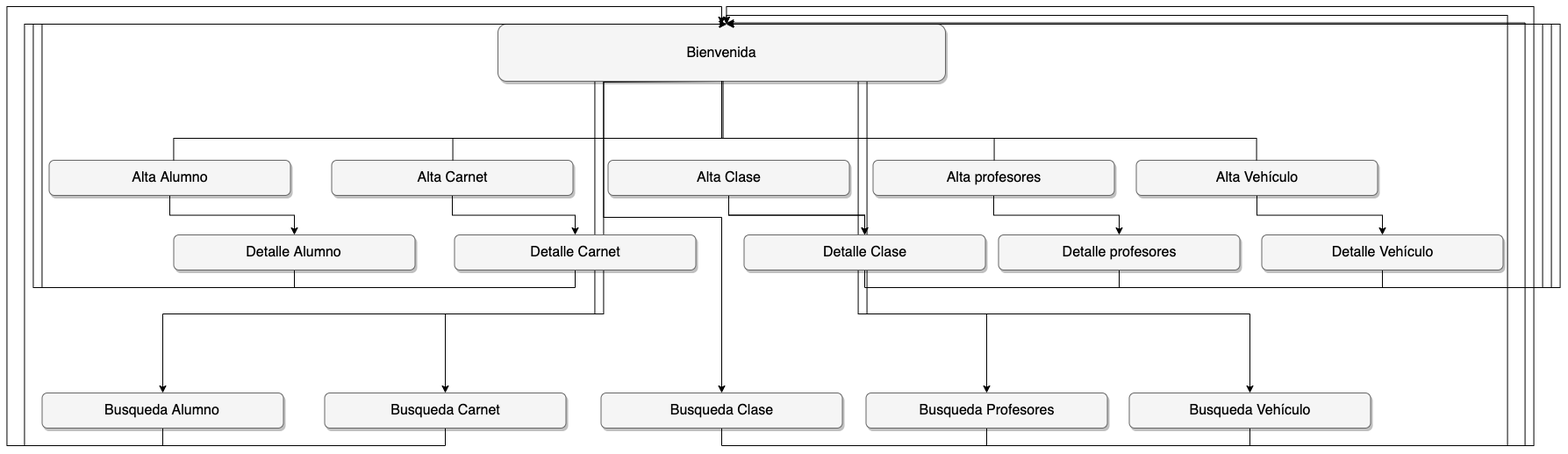
This is img/diag_nav_autoescuela.png from Apenaj/Autoescuelas-Alpine, a draw.io export, as it was before one commit. Source tidied: cells renumbered, new cells last; positions are measured from the earlier drawing's top-left corner, leaving out a move shared by most shapes. Source of this version:
```xml
<mxGraphModel>
  <root>
    <mxCell id="0" style="html=1;" />
    <mxCell id="1" style="html=1;" parent="0" />
    <mxCell id="2" style="edgeStyle=orthogonalEdgeStyle;rounded=0;jettySize=auto;html=1;exitX=0.5;exitY=1;exitDx=0;exitDy=0;entryX=0.5;entryY=0;entryDx=0;entryDy=0;" parent="1" edge="1" source="7" target="34">
      <mxGeometry relative="1" as="geometry">
        <Array as="points">
          <mxPoint x="670" y="85" />
          <mxPoint x="670" y="350" />
          <mxPoint x="500" y="350" />
        </Array>
      </mxGeometry>
    </mxCell>
    <mxCell id="3" style="edgeStyle=orthogonalEdgeStyle;rounded=0;jettySize=auto;html=1;exitX=0.5;exitY=1;exitDx=0;exitDy=0;entryX=0.5;entryY=0;entryDx=0;entryDy=0;" parent="1" edge="1" source="7" target="36">
      <mxGeometry relative="1" as="geometry">
        <Array as="points">
          <mxPoint x="680" y="86" />
          <mxPoint x="680" y="240" />
          <mxPoint x="815" y="240" />
        </Array>
      </mxGeometry>
    </mxCell>
    <mxCell id="4" style="edgeStyle=orthogonalEdgeStyle;rounded=0;jettySize=auto;html=1;exitX=0.5;exitY=1;exitDx=0;exitDy=0;entryX=0.5;entryY=0;entryDx=0;entryDy=0;" parent="1" edge="1" source="7" target="40">
      <mxGeometry relative="1" as="geometry">
        <Array as="points">
          <mxPoint x="980" y="85" />
          <mxPoint x="980" y="350" />
          <mxPoint x="1117" y="350" />
        </Array>
      </mxGeometry>
    </mxCell>
    <mxCell id="5" style="edgeStyle=orthogonalEdgeStyle;rounded=0;jettySize=auto;html=1;exitX=0.5;exitY=1;exitDx=0;exitDy=0;entryX=0.5;entryY=0;entryDx=0;entryDy=0;" parent="1" edge="1" source="7" target="42">
      <mxGeometry relative="1" as="geometry">
        <Array as="points">
          <mxPoint x="970" y="85" />
          <mxPoint x="970" y="350" />
          <mxPoint x="1417" y="350" />
        </Array>
      </mxGeometry>
    </mxCell>
    <mxCell id="6" style="edgeStyle=orthogonalEdgeStyle;rounded=0;jettySize=auto;html=1;exitX=0.5;exitY=1;exitDx=0;exitDy=0;entryX=0.5;entryY=0;entryDx=0;entryDy=0;" parent="1" edge="1" source="7" target="38">
      <mxGeometry relative="1" as="geometry">
        <Array as="points">
          <mxPoint x="680" y="85" />
          <mxPoint x="680" y="350" />
          <mxPoint x="177" y="350" />
        </Array>
      </mxGeometry>
    </mxCell>
    <mxCell id="7" value="Bienvenida" style="whiteSpace=wrap;html=1;rounded=1;shadow=1;strokeWidth=1;fontSize=16;align=center;fillColor=#f5f5f5;strokeColor=#666666;" parent="1" vertex="1">
      <mxGeometry x="559.5" y="20" width="510" height="65" as="geometry" />
    </mxCell>
    <mxCell id="8" style="edgeStyle=orthogonalEdgeStyle;rounded=0;jettySize=auto;html=1;" parent="1" edge="1" source="9" target="24">
      <mxGeometry relative="1" as="geometry" />
    </mxCell>
    <mxCell id="9" value="Alta Carnet" style="whiteSpace=wrap;html=1;rounded=1;shadow=1;strokeWidth=1;fontSize=16;align=center;fillColor=#f5f5f5;strokeColor=#666666;" parent="1" vertex="1">
      <mxGeometry x="370" y="175" width="275" height="40" as="geometry" />
    </mxCell>
    <mxCell id="10" style="edgeStyle=orthogonalEdgeStyle;rounded=0;jettySize=auto;html=1;" parent="1" edge="1" source="12" target="26">
      <mxGeometry relative="1" as="geometry" />
    </mxCell>
    <mxCell id="11" style="edgeStyle=orthogonalEdgeStyle;rounded=0;jettySize=auto;html=1;" parent="1" edge="1" source="12" target="26">
      <mxGeometry relative="1" as="geometry" />
    </mxCell>
    <mxCell id="12" value="Alta Clase" style="whiteSpace=wrap;html=1;rounded=1;shadow=1;strokeWidth=1;fontSize=16;align=center;fillColor=#f5f5f5;strokeColor=#666666;" parent="1" vertex="1">
      <mxGeometry x="685" y="175" width="275" height="40" as="geometry" />
    </mxCell>
    <mxCell id="13" style="edgeStyle=orthogonalEdgeStyle;rounded=0;jettySize=auto;html=1;" parent="1" edge="1" source="14" target="28">
      <mxGeometry relative="1" as="geometry" />
    </mxCell>
    <mxCell id="14" value="Alta Alumno" style="whiteSpace=wrap;html=1;rounded=1;shadow=1;strokeWidth=1;fontSize=16;align=center;fillColor=#f5f5f5;strokeColor=#666666;" parent="1" vertex="1">
      <mxGeometry x="48" y="175" width="275" height="40" as="geometry" />
    </mxCell>
    <mxCell id="15" style="edgeStyle=orthogonalEdgeStyle;rounded=0;jettySize=auto;html=1;" parent="1" edge="1" source="16" target="30">
      <mxGeometry relative="1" as="geometry" />
    </mxCell>
    <mxCell id="16" value="Alta profesores" style="whiteSpace=wrap;html=1;rounded=1;shadow=1;strokeWidth=1;fontSize=16;align=center;fillColor=#f5f5f5;strokeColor=#666666;" parent="1" vertex="1">
      <mxGeometry x="987" y="175" width="275" height="40" as="geometry" />
    </mxCell>
    <mxCell id="17" style="edgeStyle=orthogonalEdgeStyle;rounded=0;jettySize=auto;html=1;" parent="1" edge="1" source="18" target="32">
      <mxGeometry relative="1" as="geometry" />
    </mxCell>
    <mxCell id="18" value="Alta Vehículo" style="whiteSpace=wrap;html=1;rounded=1;shadow=1;strokeWidth=1;fontSize=16;align=center;fillColor=#f5f5f5;strokeColor=#666666;" parent="1" vertex="1">
      <mxGeometry x="1287" y="175" width="275" height="40" as="geometry" />
    </mxCell>
    <mxCell id="19" style="edgeStyle=orthogonalEdgeStyle;html=1;startSize=6;endFill=0;endSize=6;strokeWidth=1;fontSize=16;rounded=0;endArrow=none;" parent="1" edge="1" source="7" target="9">
      <mxGeometry relative="1" as="geometry">
        <Array as="points">
          <mxPoint x="816" y="150" />
          <mxPoint x="508" y="150" />
        </Array>
      </mxGeometry>
    </mxCell>
    <mxCell id="20" style="edgeStyle=orthogonalEdgeStyle;html=1;startSize=6;endFill=0;endSize=6;strokeWidth=1;fontSize=16;rounded=0;endArrow=none;exitX=0.5;exitY=1;" parent="1" edge="1" source="7" target="14">
      <mxGeometry relative="1" as="geometry">
        <Array as="points">
          <mxPoint x="815" y="150" />
          <mxPoint x="190" y="150" />
        </Array>
      </mxGeometry>
    </mxCell>
    <mxCell id="21" style="edgeStyle=orthogonalEdgeStyle;html=1;startSize=6;endFill=0;endSize=6;strokeWidth=1;fontSize=16;rounded=0;endArrow=none;" parent="1" edge="1" source="7" target="16">
      <mxGeometry relative="1" as="geometry">
        <Array as="points">
          <mxPoint x="815" y="150" />
          <mxPoint x="1125" y="150" />
        </Array>
      </mxGeometry>
    </mxCell>
    <mxCell id="22" style="edgeStyle=orthogonalEdgeStyle;html=1;startSize=6;endFill=0;endSize=6;strokeWidth=1;fontSize=16;rounded=0;endArrow=none;" parent="1" edge="1" source="7" target="18">
      <mxGeometry relative="1" as="geometry">
        <Array as="points">
          <mxPoint x="815" y="150" />
          <mxPoint x="1424" y="150" />
        </Array>
      </mxGeometry>
    </mxCell>
    <mxCell id="23" style="edgeStyle=orthogonalEdgeStyle;rounded=0;jettySize=auto;html=1;exitX=0.5;exitY=1;exitDx=0;exitDy=0;" parent="1" edge="1" source="24">
      <mxGeometry relative="1" as="geometry">
        <mxPoint x="820" y="20" as="targetPoint" />
        <Array as="points">
          <mxPoint x="648" y="320" />
          <mxPoint x="30" y="320" />
          <mxPoint x="30" y="20" />
        </Array>
      </mxGeometry>
    </mxCell>
    <mxCell id="24" value="Detalle&amp;nbsp;Carnet" style="whiteSpace=wrap;html=1;rounded=1;shadow=1;strokeWidth=1;fontSize=16;align=center;fillColor=#f5f5f5;strokeColor=#666666;" parent="1" vertex="1">
      <mxGeometry x="510" y="260" width="275" height="40" as="geometry" />
    </mxCell>
    <mxCell id="25" style="edgeStyle=orthogonalEdgeStyle;rounded=0;jettySize=auto;html=1;exitX=0.5;exitY=1;exitDx=0;exitDy=0;" parent="1" edge="1" source="26">
      <mxGeometry relative="1" as="geometry">
        <mxPoint x="820" y="20" as="targetPoint" />
        <Array as="points">
          <mxPoint x="978" y="320" />
          <mxPoint x="1770" y="320" />
          <mxPoint x="1770" y="20" />
        </Array>
      </mxGeometry>
    </mxCell>
    <mxCell id="26" value="Detalle&amp;nbsp;Clase" style="whiteSpace=wrap;html=1;rounded=1;shadow=1;strokeWidth=1;fontSize=16;align=center;fillColor=#f5f5f5;strokeColor=#666666;" parent="1" vertex="1">
      <mxGeometry x="840" y="260" width="275" height="40" as="geometry" />
    </mxCell>
    <mxCell id="27" style="edgeStyle=orthogonalEdgeStyle;rounded=0;jettySize=auto;html=1;exitX=0.5;exitY=1;exitDx=0;exitDy=0;" parent="1" edge="1" source="28">
      <mxGeometry relative="1" as="geometry">
        <mxPoint x="820" y="20" as="targetPoint" />
        <Array as="points">
          <mxPoint x="328" y="320" />
          <mxPoint x="40" y="320" />
          <mxPoint x="40" y="20" />
        </Array>
      </mxGeometry>
    </mxCell>
    <mxCell id="28" value="Detalle Alumno" style="whiteSpace=wrap;html=1;rounded=1;shadow=1;strokeWidth=1;fontSize=16;align=center;fillColor=#f5f5f5;strokeColor=#666666;" parent="1" vertex="1">
      <mxGeometry x="190" y="260" width="275" height="40" as="geometry" />
    </mxCell>
    <mxCell id="29" style="edgeStyle=orthogonalEdgeStyle;rounded=0;jettySize=auto;html=1;exitX=0.5;exitY=1;exitDx=0;exitDy=0;" parent="1" edge="1" source="30">
      <mxGeometry relative="1" as="geometry">
        <mxPoint x="820" y="20" as="targetPoint" />
        <Array as="points">
          <mxPoint x="1267" y="320" />
          <mxPoint x="1760" y="320" />
          <mxPoint x="1760" y="20" />
        </Array>
      </mxGeometry>
    </mxCell>
    <mxCell id="30" value="Detalle&amp;nbsp;profesores" style="whiteSpace=wrap;html=1;rounded=1;shadow=1;strokeWidth=1;fontSize=16;align=center;fillColor=#f5f5f5;strokeColor=#666666;" parent="1" vertex="1">
      <mxGeometry x="1130" y="260" width="275" height="40" as="geometry" />
    </mxCell>
    <mxCell id="31" style="edgeStyle=orthogonalEdgeStyle;rounded=0;jettySize=auto;html=1;exitX=0.5;exitY=1;exitDx=0;exitDy=0;" parent="1" edge="1" source="32">
      <mxGeometry relative="1" as="geometry">
        <mxPoint x="820" y="20" as="targetPoint" />
        <Array as="points">
          <mxPoint x="1567" y="320" />
          <mxPoint x="1750" y="320" />
          <mxPoint x="1750" y="20" />
        </Array>
      </mxGeometry>
    </mxCell>
    <mxCell id="32" value="Detalle&amp;nbsp;Vehículo" style="whiteSpace=wrap;html=1;rounded=1;shadow=1;strokeWidth=1;fontSize=16;align=center;fillColor=#f5f5f5;strokeColor=#666666;" parent="1" vertex="1">
      <mxGeometry x="1430" y="260" width="275" height="40" as="geometry" />
    </mxCell>
    <mxCell id="33" style="edgeStyle=orthogonalEdgeStyle;rounded=0;jettySize=auto;html=1;exitX=0.5;exitY=1;exitDx=0;exitDy=0;" parent="1" edge="1" source="34">
      <mxGeometry relative="1" as="geometry">
        <mxPoint x="820" y="20" as="targetPoint" />
        <Array as="points">
          <mxPoint x="500" y="500" />
          <mxPoint x="20" y="500" />
          <mxPoint x="20" y="20" />
        </Array>
      </mxGeometry>
    </mxCell>
    <mxCell id="34" value="Busqueda&amp;nbsp;Carnet" style="whiteSpace=wrap;html=1;rounded=1;shadow=1;strokeWidth=1;fontSize=16;align=center;fillColor=#f5f5f5;strokeColor=#666666;" parent="1" vertex="1">
      <mxGeometry x="362" y="440" width="275" height="40" as="geometry" />
    </mxCell>
    <mxCell id="35" style="edgeStyle=orthogonalEdgeStyle;rounded=0;jettySize=auto;html=1;exitX=0.5;exitY=1;exitDx=0;exitDy=0;" parent="1" edge="1" source="36">
      <mxGeometry relative="1" as="geometry">
        <mxPoint x="820" y="18.6" as="targetPoint" />
        <Array as="points">
          <mxPoint x="815" y="500" />
          <mxPoint x="1730" y="500" />
          <mxPoint x="1730" y="19" />
        </Array>
      </mxGeometry>
    </mxCell>
    <mxCell id="36" value="Busqueda&amp;nbsp;Clase" style="whiteSpace=wrap;html=1;rounded=1;shadow=1;strokeWidth=1;fontSize=16;align=center;fillColor=#f5f5f5;strokeColor=#666666;" parent="1" vertex="1">
      <mxGeometry x="677" y="440" width="275" height="40" as="geometry" />
    </mxCell>
    <mxCell id="37" style="edgeStyle=orthogonalEdgeStyle;rounded=0;jettySize=auto;html=1;exitX=0.5;exitY=1;exitDx=0;exitDy=0;entryX=0.5;entryY=0;entryDx=0;entryDy=0;" parent="1" edge="1" source="38" target="7">
      <mxGeometry relative="1" as="geometry">
        <Array as="points">
          <mxPoint x="177" y="500" />
          <mxPoint y="500" />
          <mxPoint />
          <mxPoint x="815" />
        </Array>
      </mxGeometry>
    </mxCell>
    <mxCell id="38" value="Busqueda Alumno" style="whiteSpace=wrap;html=1;rounded=1;shadow=1;strokeWidth=1;fontSize=16;align=center;fillColor=#f5f5f5;strokeColor=#666666;" parent="1" vertex="1">
      <mxGeometry x="40" y="440" width="275" height="40" as="geometry" />
    </mxCell>
    <mxCell id="39" style="edgeStyle=orthogonalEdgeStyle;rounded=0;jettySize=auto;html=1;exitX=0.5;exitY=1;exitDx=0;exitDy=0;" parent="1" edge="1" source="40">
      <mxGeometry relative="1" as="geometry">
        <mxPoint x="820" y="20" as="targetPoint" />
        <Array as="points">
          <mxPoint x="1117" y="500" />
          <mxPoint x="1710" y="500" />
          <mxPoint x="1710" y="10" />
        </Array>
      </mxGeometry>
    </mxCell>
    <mxCell id="40" value="Busqueda Profesores" style="whiteSpace=wrap;html=1;rounded=1;shadow=1;strokeWidth=1;fontSize=16;align=center;fillColor=#f5f5f5;strokeColor=#666666;" parent="1" vertex="1">
      <mxGeometry x="979" y="440" width="275" height="40" as="geometry" />
    </mxCell>
    <mxCell id="41" style="edgeStyle=orthogonalEdgeStyle;rounded=0;jettySize=auto;html=1;exitX=0.5;exitY=1;exitDx=0;exitDy=0;" parent="1" edge="1" source="42">
      <mxGeometry relative="1" as="geometry">
        <mxPoint x="820" y="20" as="targetPoint" />
        <Array as="points">
          <mxPoint x="1417" y="500" />
          <mxPoint x="1740" y="500" />
          <mxPoint x="1740" />
          <mxPoint x="820" />
        </Array>
      </mxGeometry>
    </mxCell>
    <mxCell id="42" value="Busqueda&amp;nbsp;Vehículo" style="whiteSpace=wrap;html=1;rounded=1;shadow=1;strokeWidth=1;fontSize=16;align=center;fillColor=#f5f5f5;strokeColor=#666666;" parent="1" vertex="1">
      <mxGeometry x="1279" y="440" width="275" height="40" as="geometry" />
    </mxCell>
  </root>
</mxGraphModel>
```
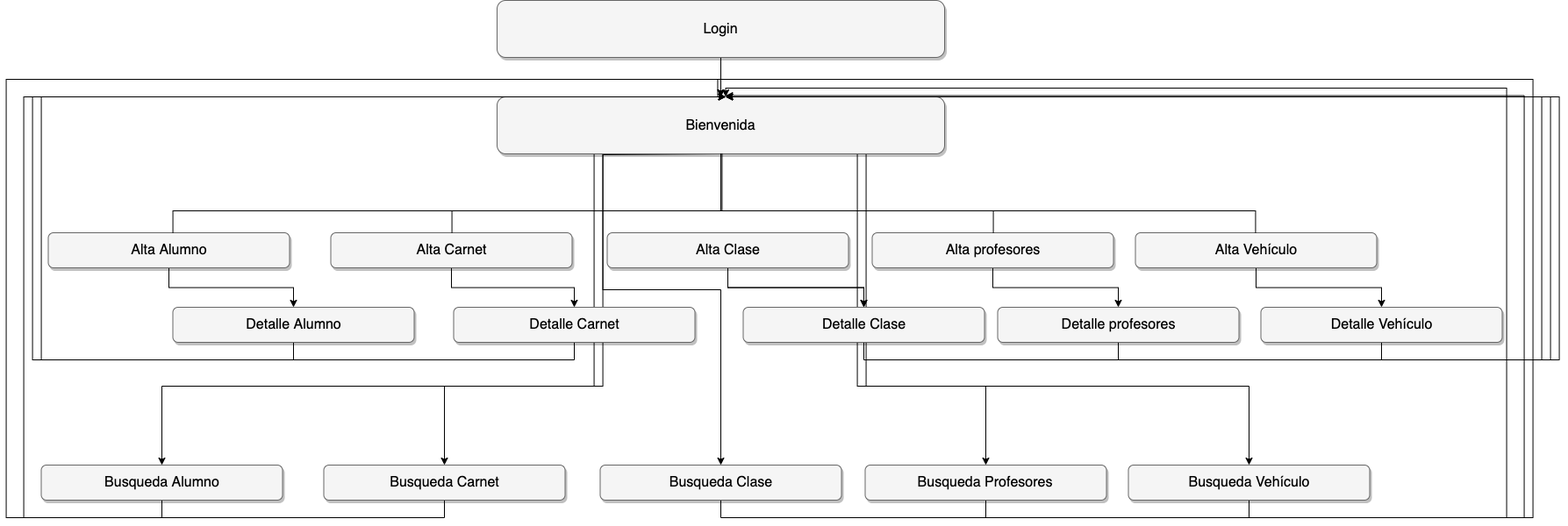
After the change.

Commit message:
Nuevo diagrama

What changed in the source:
```diff
@@ -239,12 +239,24 @@
           <mxPoint x="1417" y="500" />
           <mxPoint x="1740" y="500" />
           <mxPoint x="1740" />
-          <mxPoint x="820" />
+          <mxPoint x="811" />
+          <mxPoint x="811" y="20" />
         </Array>
       </mxGeometry>
     </mxCell>
     <mxCell id="42" value="Busqueda&amp;nbsp;Vehículo" style="whiteSpace=wrap;html=1;rounded=1;shadow=1;strokeWidth=1;fontSize=16;align=center;fillColor=#f5f5f5;strokeColor=#666666;" parent="1" vertex="1">
       <mxGeometry x="1279" y="440" width="275" height="40" as="geometry" />
     </mxCell>
+    <mxCell id="43" style="edgeStyle=orthogonalEdgeStyle;rounded=0;jettySize=auto;html=1;exitX=0.5;exitY=1;exitDx=0;exitDy=0;entryX=0.5;entryY=0;entryDx=0;entryDy=0;" parent="1" edge="1" source="44" target="7">
+      <mxGeometry relative="1" as="geometry">
+        <Array as="points">
+          <mxPoint x="815" />
+          <mxPoint x="815" />
+        </Array>
+      </mxGeometry>
+    </mxCell>
+    <mxCell id="44" value="Login" style="whiteSpace=wrap;html=1;rounded=1;shadow=1;strokeWidth=1;fontSize=16;align=center;fillColor=#f5f5f5;strokeColor=#666666;" parent="1" vertex="1">
+      <mxGeometry x="559.5" y="-90" width="510" height="65" as="geometry" />
+    </mxCell>
   </root>
 </mxGraphModel>
```
